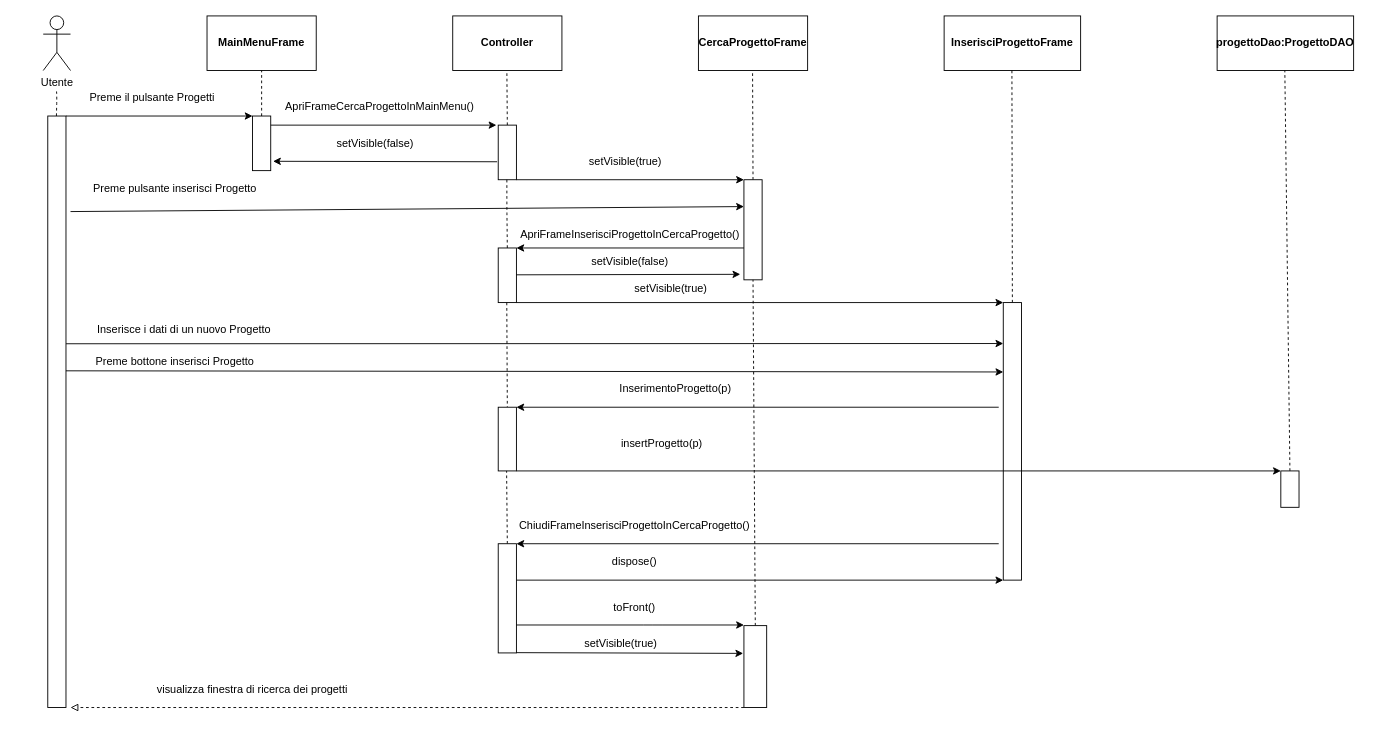
This is Documentazione/Sequence_Inserimento_Progetti.drawio from FabioFascia/Progetto-OOBD, a draw.io file, before an edit. Source tidied: cells renumbered, new cells numbered last; positions are measured from the earlier drawing's top-left corner, leaving out a move shared by most shapes. Both pictures are drawn from the tidied source at 91%, with x=0, y=0 at pixel (15, 15).
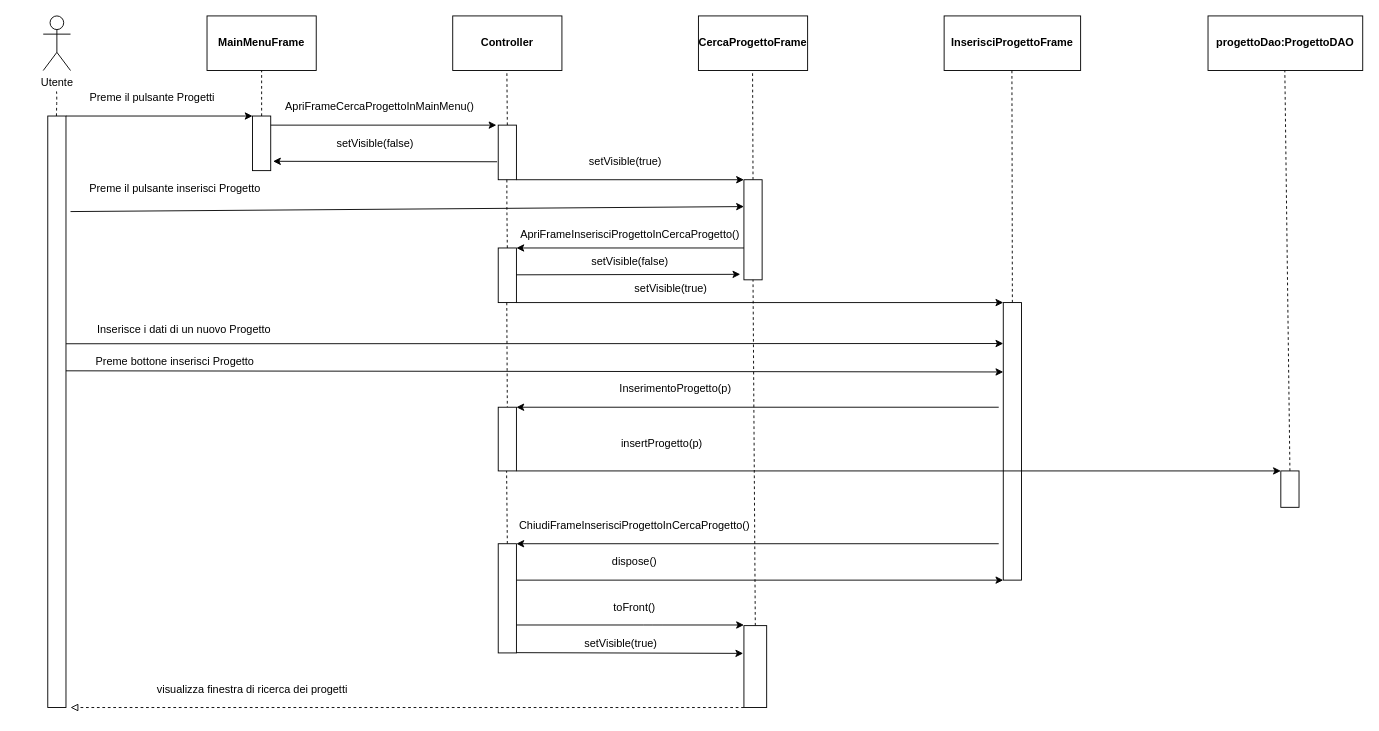
Above is the later version.

Commit message (it also covers changes not shown here):
Update class diagram

Change to the diagram source:
```diff
@@
-    <mxCell id="23" value="Preme pulsante inserisci Progetto" style="text;html=1;strokeColor=none;fillColor=none;align=center;verticalAlign=middle;whiteSpace=wrap;rounded=0;" parent="1" vertex="1">
+    <mxCell id="23" value="Preme il pulsante inserisci Progetto" style="text;html=1;strokeColor=none;fillColor=none;align=center;verticalAlign=middle;whiteSpace=wrap;rounded=0;" parent="1" vertex="1">
       <mxGeometry x="40" y="180" width="270" height="20" as="geometry" />
     </mxCell>
@@
     <mxCell id="43" value="&lt;b&gt;progettoDao:ProgettoDAO&lt;/b&gt;" style="rounded=0;whiteSpace=wrap;html=1;" parent="1" vertex="1">
-      <mxGeometry x="1320" width="150" height="60" as="geometry" />
+      <mxGeometry x="1310" width="170" height="60" as="geometry" />
     </mxCell>
```
